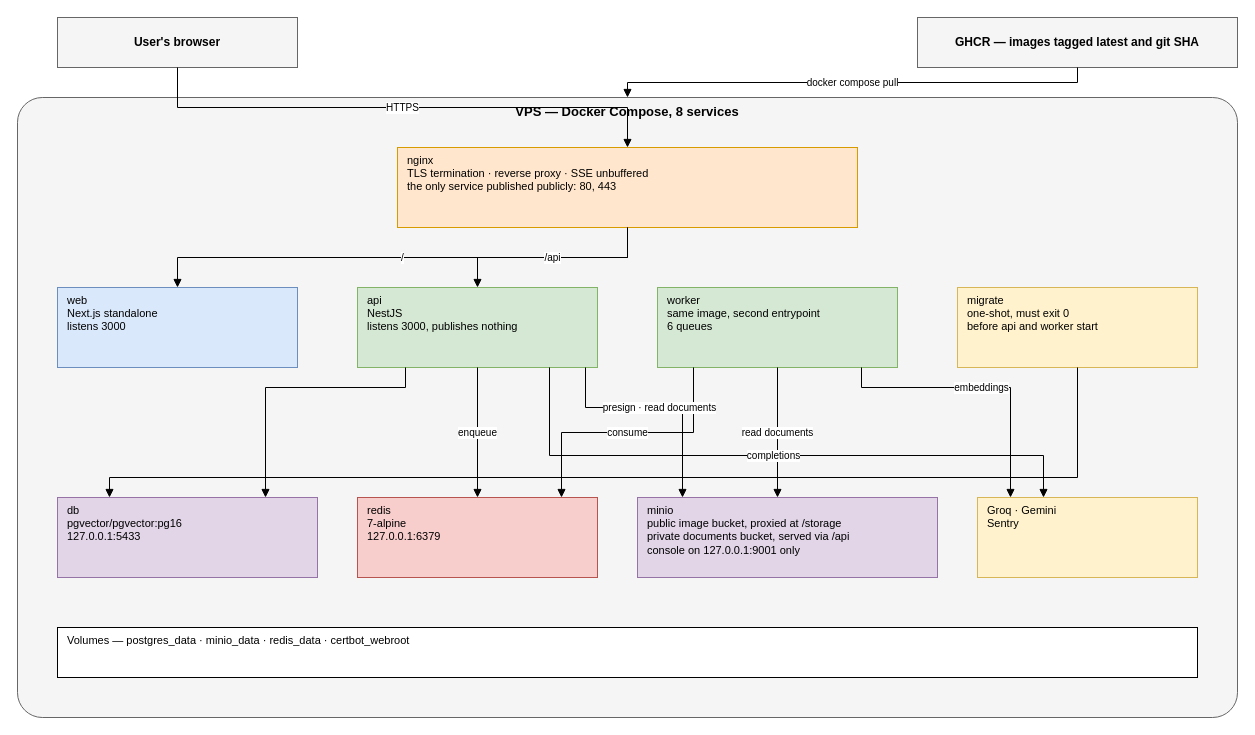
The draw.io diagram diagrams/fig-3-3-architecture-physical/fig-3-3-architecture-physical.drawio in inkwell-dev/spec.inkwell.ai, before the edit. Source tidied: cells renumbered, new cells numbered last; positions are measured from the earlier drawing's top-left corner, leaving out a move shared by most shapes. Both pictures are drawn from the tidied source at 100%, with x=0, y=0 at pixel (17, 17).
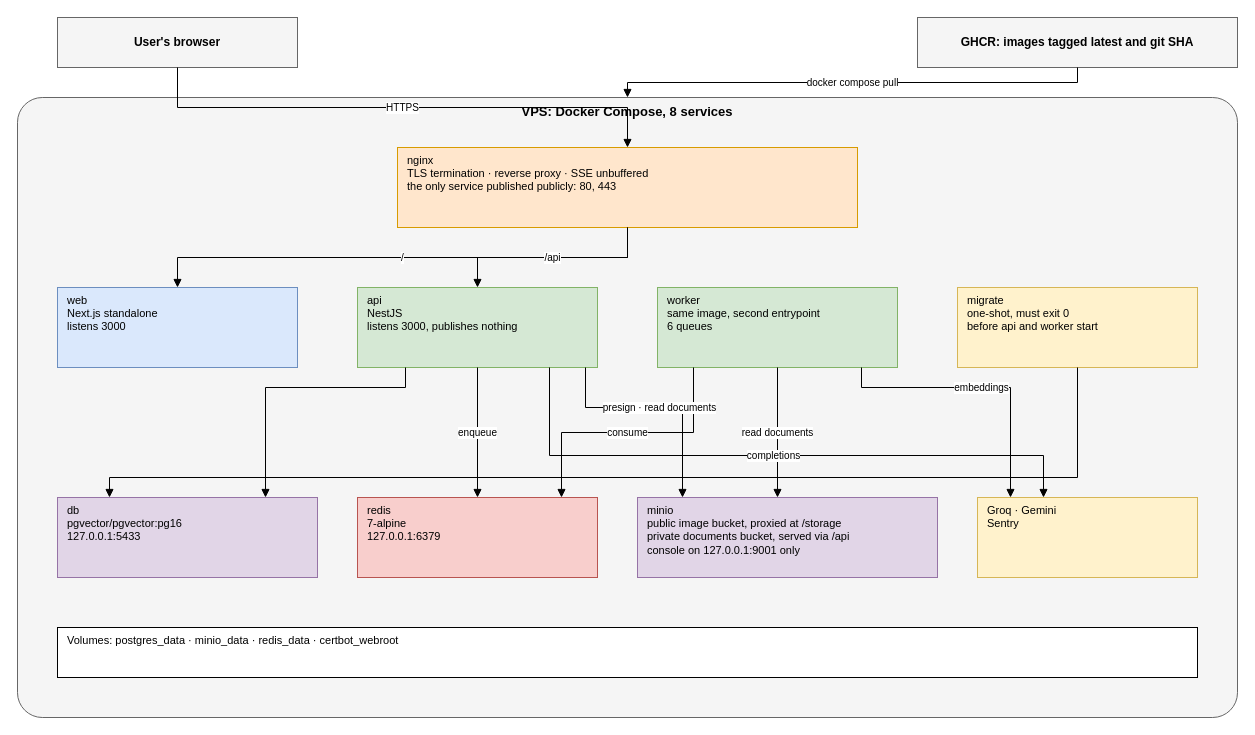
Above is the later version.

Diff of the diagram source:
```diff
@@
-    <mxCell id="3" value="GHCR — images tagged latest and git SHA" style="rounded=0;whiteSpace=wrap;html=1;fontStyle=1;fontSize=12;fillColor=#F5F5F5;strokeColor=#666666;" parent="1" vertex="1">
+    <mxCell id="3" value="GHCR: images tagged latest and git SHA" style="rounded=0;whiteSpace=wrap;html=1;fontStyle=1;fontSize=12;fillColor=#F5F5F5;strokeColor=#666666;" parent="1" vertex="1">
       <mxGeometry x="900" width="320" height="50" as="geometry" />
     </mxCell>
-    <mxCell id="4" value="VPS — Docker Compose, 8 services" style="rounded=1;whiteSpace=wrap;html=1;verticalAlign=top;fontStyle=1;fontSize=13;arcSize=4;fillColor=#F5F5F5;strokeColor=#666666;" parent="1" vertex="1">
+    <mxCell id="4" value="VPS: Docker Compose, 8 services" style="rounded=1;whiteSpace=wrap;html=1;verticalAlign=top;fontStyle=1;fontSize=13;arcSize=4;fillColor=#F5F5F5;strokeColor=#666666;" parent="1" vertex="1">
       <mxGeometry y="80" width="1220" height="620" as="geometry" />
     </mxCell>
@@
-    <mxCell id="14" value="Volumes — postgres_data · minio_data · redis_data · certbot_webroot" style="rounded=0;whiteSpace=wrap;html=1;verticalAlign=top;align=left;spacingLeft=8;fontSize=11;fillColor=#FFFFFF;strokeColor=#000000;" parent="1" vertex="1">
+    <mxCell id="14" value="Volumes: postgres_data · minio_data · redis_data · certbot_webroot" style="rounded=0;whiteSpace=wrap;html=1;verticalAlign=top;align=left;spacingLeft=8;fontSize=11;fillColor=#FFFFFF;strokeColor=#000000;" parent="1" vertex="1">
       <mxGeometry x="40" y="610" width="1140" height="50" as="geometry" />
     </mxCell>
```
